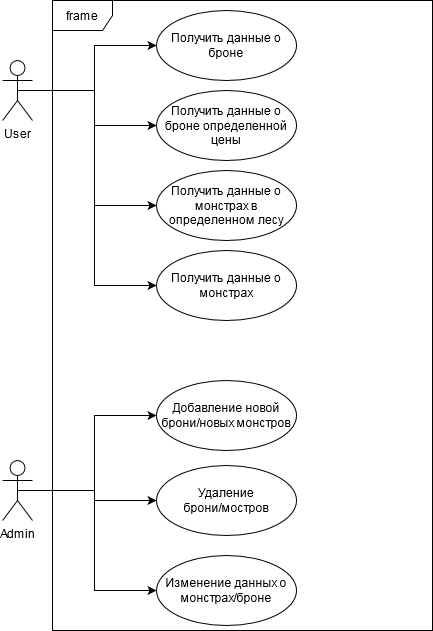
Earlier version of the draw.io export Images/UML Diagram.png (Pavel7811/GameGuideMHW). Source tidied: cells renumbered, new cells last; positions are measured from the earlier drawing's top-left corner, leaving out a move shared by most shapes. Its diagram source:
```xml
<mxGraphModel>
  <root>
    <mxCell id="0" />
    <mxCell id="1" parent="0" />
    <mxCell id="2" style="edgeStyle=orthogonalEdgeStyle;rounded=0;jettySize=auto;html=1;exitX=0.5;exitY=0.5;exitDx=0;exitDy=0;exitPerimeter=0;entryX=0;entryY=0.5;entryDx=0;entryDy=0;" parent="1" edge="1" source="5" target="11">
      <mxGeometry relative="1" as="geometry" />
    </mxCell>
    <mxCell id="3" style="edgeStyle=orthogonalEdgeStyle;rounded=0;jettySize=auto;html=1;exitX=0.5;exitY=0.5;exitDx=0;exitDy=0;exitPerimeter=0;entryX=0;entryY=0.5;entryDx=0;entryDy=0;" parent="1" edge="1" source="5" target="12">
      <mxGeometry relative="1" as="geometry" />
    </mxCell>
    <mxCell id="4" style="edgeStyle=orthogonalEdgeStyle;rounded=0;jettySize=auto;html=1;exitX=0.5;exitY=0.5;exitDx=0;exitDy=0;exitPerimeter=0;entryX=0;entryY=0.5;entryDx=0;entryDy=0;" parent="1" edge="1" source="5" target="13">
      <mxGeometry relative="1" as="geometry" />
    </mxCell>
    <mxCell id="5" value="Admin" style="shape=umlActor;verticalLabelPosition=bottom;verticalAlign=top;html=1;" parent="1" vertex="1">
      <mxGeometry y="460" width="30" height="60" as="geometry" />
    </mxCell>
    <mxCell id="6" style="edgeStyle=orthogonalEdgeStyle;rounded=0;jettySize=auto;html=1;exitX=0.5;exitY=0.5;exitDx=0;exitDy=0;exitPerimeter=0;entryX=0;entryY=0.5;entryDx=0;entryDy=0;" parent="1" edge="1" source="10" target="14">
      <mxGeometry relative="1" as="geometry" />
    </mxCell>
    <mxCell id="7" style="edgeStyle=orthogonalEdgeStyle;rounded=0;jettySize=auto;html=1;exitX=0.5;exitY=0.5;exitDx=0;exitDy=0;exitPerimeter=0;entryX=0;entryY=0.5;entryDx=0;entryDy=0;" parent="1" edge="1" source="10" target="15">
      <mxGeometry relative="1" as="geometry" />
    </mxCell>
    <mxCell id="8" style="edgeStyle=orthogonalEdgeStyle;rounded=0;jettySize=auto;html=1;exitX=0.5;exitY=0.5;exitDx=0;exitDy=0;exitPerimeter=0;entryX=0;entryY=0.5;entryDx=0;entryDy=0;" parent="1" edge="1" source="10" target="16">
      <mxGeometry relative="1" as="geometry" />
    </mxCell>
    <mxCell id="9" style="edgeStyle=orthogonalEdgeStyle;rounded=0;jettySize=auto;html=1;exitX=0.5;exitY=0.5;exitDx=0;exitDy=0;exitPerimeter=0;entryX=0;entryY=0.5;entryDx=0;entryDy=0;" parent="1" edge="1" source="10" target="17">
      <mxGeometry relative="1" as="geometry" />
    </mxCell>
    <mxCell id="10" value="User" style="shape=umlActor;verticalLabelPosition=bottom;verticalAlign=top;html=1;" parent="1" vertex="1">
      <mxGeometry y="60" width="30" height="60" as="geometry" />
    </mxCell>
    <mxCell id="11" value="Добавление новой брони/новых монстров" style="ellipse;whiteSpace=wrap;html=1;" parent="1" vertex="1">
      <mxGeometry x="154" y="380" width="140" height="70" as="geometry" />
    </mxCell>
    <mxCell id="12" value="Удаление брони/мостров" style="ellipse;whiteSpace=wrap;html=1;" parent="1" vertex="1">
      <mxGeometry x="154" y="465" width="140" height="70" as="geometry" />
    </mxCell>
    <mxCell id="13" value="Изменение данных о монстрах/броне" style="ellipse;whiteSpace=wrap;html=1;" parent="1" vertex="1">
      <mxGeometry x="154" y="555" width="140" height="70" as="geometry" />
    </mxCell>
    <mxCell id="14" value="Получить данные о броне" style="ellipse;whiteSpace=wrap;html=1;" parent="1" vertex="1">
      <mxGeometry x="154" y="10" width="140" height="70" as="geometry" />
    </mxCell>
    <mxCell id="15" value="Получить данные о монстрах" style="ellipse;whiteSpace=wrap;html=1;" parent="1" vertex="1">
      <mxGeometry x="154" y="250" width="140" height="70" as="geometry" />
    </mxCell>
    <mxCell id="16" value="Получить данные о броне определенной цены " style="ellipse;whiteSpace=wrap;html=1;" parent="1" vertex="1">
      <mxGeometry x="154" y="90" width="140" height="70" as="geometry" />
    </mxCell>
    <mxCell id="17" value="Получить данные о монстрах в определенном лесу " style="ellipse;whiteSpace=wrap;html=1;" parent="1" vertex="1">
      <mxGeometry x="154" y="170" width="140" height="70" as="geometry" />
    </mxCell>
    <mxCell id="18" value="frame" style="shape=umlFrame;whiteSpace=wrap;html=1;" parent="1" vertex="1">
      <mxGeometry x="50" width="380" height="630" as="geometry" />
    </mxCell>
  </root>
</mxGraphModel>
```
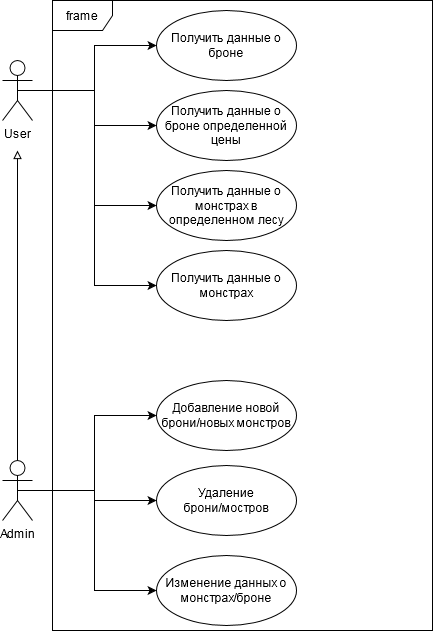
The same diagram one commit later.

The edit, as a diff of the source:
```diff
@@ -11,6 +11,11 @@
     <mxCell id="4" style="edgeStyle=orthogonalEdgeStyle;rounded=0;jettySize=auto;html=1;exitX=0.5;exitY=0.5;exitDx=0;exitDy=0;exitPerimeter=0;entryX=0;entryY=0.5;entryDx=0;entryDy=0;" parent="1" edge="1" source="5" target="13">
       <mxGeometry relative="1" as="geometry" />
     </mxCell>
+    <mxCell id="19" style="edgeStyle=orthogonalEdgeStyle;rounded=0;jettySize=auto;html=1;endArrow=block;endFill=0;" parent="1" edge="1" source="5">
+      <mxGeometry relative="1" as="geometry">
+        <mxPoint x="15" y="150" as="targetPoint" />
+      </mxGeometry>
+    </mxCell>
     <mxCell id="5" value="Admin" style="shape=umlActor;verticalLabelPosition=bottom;verticalAlign=top;html=1;" parent="1" vertex="1">
       <mxGeometry y="460" width="30" height="60" as="geometry" />
     </mxCell>
```
